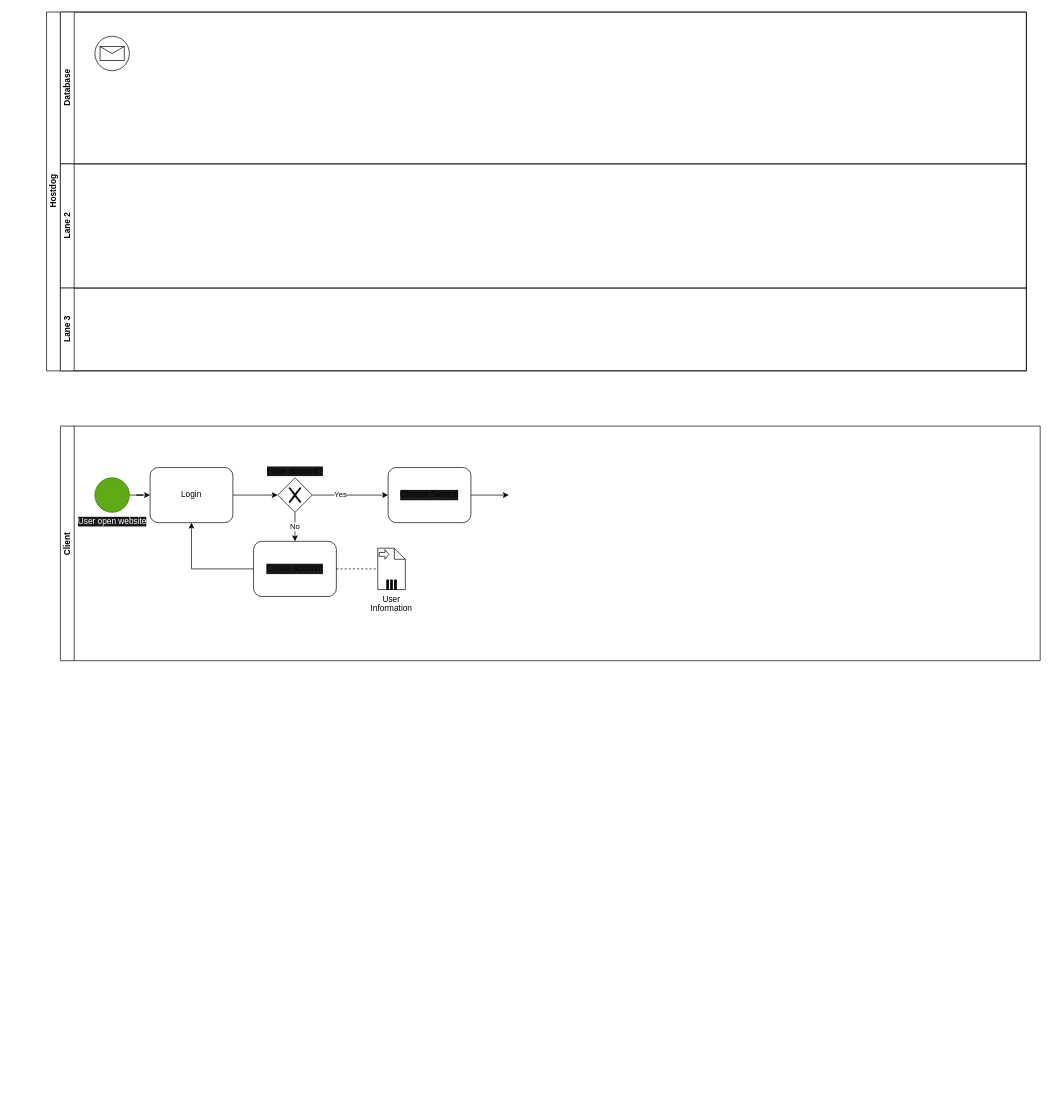
Earlier version of the draw.io diagram BPMN2-4.drawio (Hostdogs/Project_Hostdog). Source tidied: cells renumbered, new cells numbered last; positions are measured from the earlier drawing's top-left corner, leaving out a move shared by most shapes. Both pictures are drawn from the tidied source at 69%, with x=0, y=0 at pixel (46, 12).
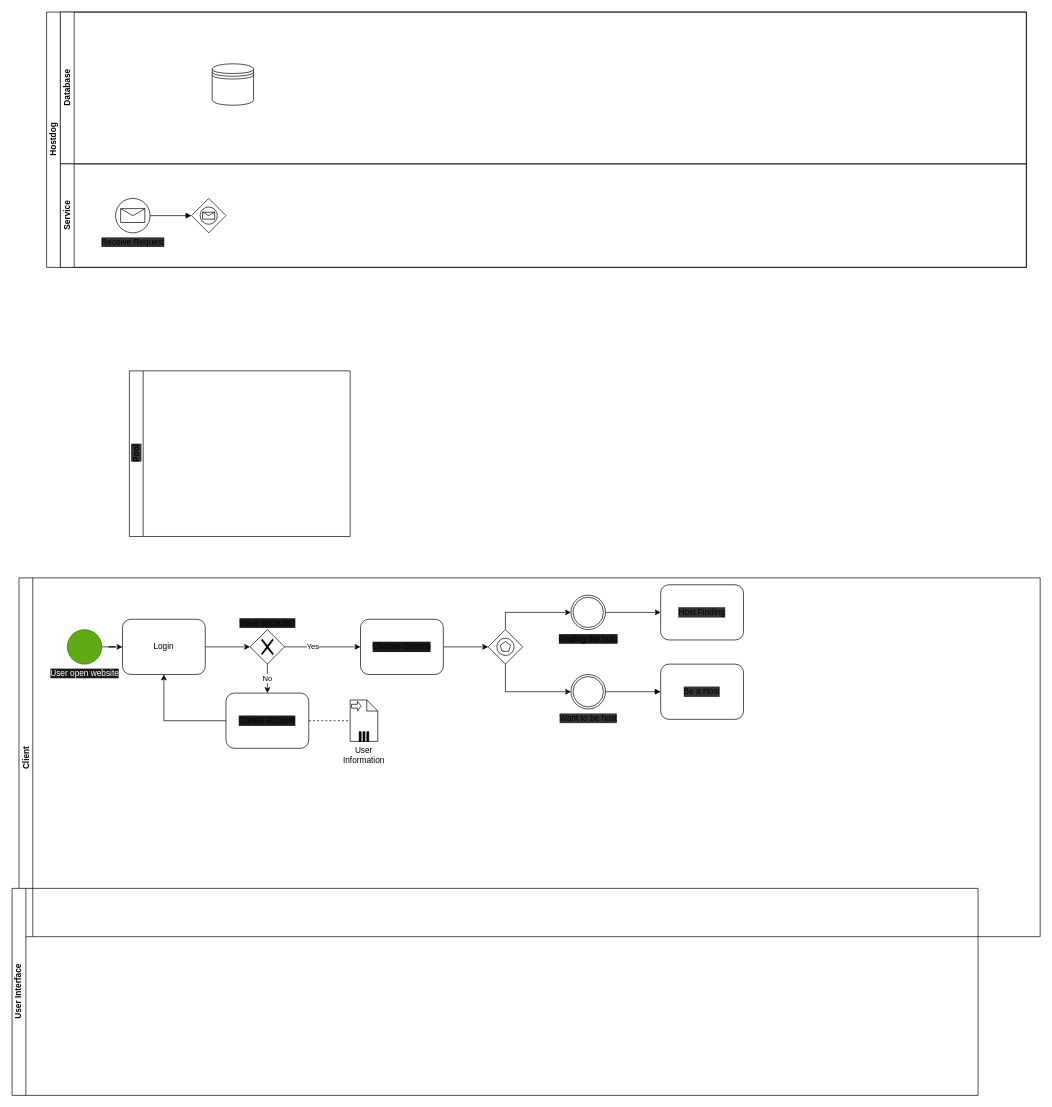
Above is the later version.

Unchanged cells that the change refers to:
```xml
<mxCell id="3" value="Database" style="swimlane;html=1;startSize=20;horizontal=0;" parent="2" vertex="1">
  <mxGeometry x="20" width="1400" height="220" as="geometry" />
</mxCell>
```

The edit, as a diff of the source:
```diff
@@
     <mxCell id="2" value="Hostdog" style="swimlane;html=1;horizontal=0;startSize=20;" parent="1" vertex="1">
-      <mxGeometry width="1420" height="520" as="geometry" />
+      <mxGeometry width="1420" height="370" as="geometry" />
     </mxCell>
@@
+    <mxCell id="24" style="shape=datastore;whiteSpace=wrap;html=1;labelBackgroundColor=#1A1A1A;" parent="3" vertex="1">
+      <mxGeometry x="220" y="75" width="60" height="60" as="geometry" />
+    </mxCell>
+    <mxCell id="5" value="Service" style="swimlane;html=1;startSize=20;horizontal=0;" parent="2" vertex="1">
+      <mxGeometry x="20" y="220" width="1400" height="150" as="geometry" />
+    </mxCell>
-    <mxCell id="4" style="shape=mxgraph.bpmn.shape;html=1;verticalLabelPosition=bottom;labelBackgroundColor=#ffffff;verticalAlign=top;align=center;perimeter=ellipsePerimeter;outlineConnect=0;outline=standard;symbol=message;" parent="3" vertex="1">
-      <mxGeometry x="50" y="35" width="50" height="50" as="geometry" />
+    <mxCell id="4" value="Receive Request" style="shape=mxgraph.bpmn.shape;html=1;verticalLabelPosition=bottom;labelBackgroundColor=#333333;verticalAlign=top;align=center;perimeter=ellipsePerimeter;outlineConnect=0;outline=standard;symbol=message;" parent="5" vertex="1">
+      <mxGeometry x="80" y="50" width="50" height="50" as="geometry" />
     </mxCell>
-    <mxCell id="5" value="Lane 2" style="swimlane;html=1;startSize=20;horizontal=0;" parent="2" vertex="1">
-      <mxGeometry x="20" y="220" width="1400" height="180" as="geometry" />
-    </mxCell>
-    <mxCell id="6" value="Lane 3" style="swimlane;html=1;startSize=20;horizontal=0;" parent="2" vertex="1">
-      <mxGeometry x="20" y="400" width="1400" height="120" as="geometry" />
-    </mxCell>
+    <mxCell id="25" style="shape=mxgraph.bpmn.shape;html=1;verticalLabelPosition=bottom;labelBackgroundColor=#ffffff;verticalAlign=top;align=center;perimeter=rhombusPerimeter;background=gateway;outlineConnect=0;outline=standard;symbol=message;" parent="5" vertex="1">
+      <mxGeometry x="190" y="50" width="50" height="50" as="geometry" />
+    </mxCell>
+    <mxCell id="26" style="endArrow=block;endFill=1;endSize=6;html=1;exitX=1;exitY=0.5;exitDx=0;exitDy=0;entryX=0;entryY=0.5;entryDx=0;entryDy=0;" parent="5" edge="1" source="4" target="25">
+      <mxGeometry relative="1" as="geometry" />
+    </mxCell>
     <mxCell id="7" value="Client" style="swimlane;startSize=20;horizontal=0;labelPosition=center;verticalLabelPosition=middle;align=center;verticalAlign=middle;" parent="1" vertex="1">
-      <mxGeometry x="20" y="600" width="1420" height="340" as="geometry" />
+      <mxGeometry x="-40" y="820" width="1480" height="520" as="geometry" />
     </mxCell>
@@
     <mxCell id="9" value="User open website" style="shape=mxgraph.bpmn.shape;html=1;verticalLabelPosition=bottom;labelBackgroundColor=#1A1A1A;verticalAlign=top;align=center;perimeter=ellipsePerimeter;outlineConnect=0;outline=standard;symbol=general;fillColor=#60a917;strokeColor=#2D7600;fontColor=#ffffff;" parent="7" vertex="1">
-      <mxGeometry x="50" y="75" width="50" height="50" as="geometry" />
+      <mxGeometry x="70" y="75" width="50" height="50" as="geometry" />
     </mxCell>
     <mxCell id="10" value="&lt;span style=&quot;background-color: rgb(26 , 26 , 26)&quot;&gt;Have account?&lt;/span&gt;" style="shape=mxgraph.bpmn.shape;html=1;verticalLabelPosition=top;labelBackgroundColor=#ffffff;verticalAlign=bottom;align=center;perimeter=rhombusPerimeter;background=gateway;outlineConnect=0;outline=none;symbol=exclusiveGw;labelPosition=center;" parent="7" vertex="1">
-      <mxGeometry x="315" y="75" width="50" height="50" as="geometry" />
+      <mxGeometry x="335" y="75" width="50" height="50" as="geometry" />
     </mxCell>
@@
     <mxCell id="12" value="Create account" style="shape=ext;rounded=1;html=1;whiteSpace=wrap;labelBackgroundColor=#1A1A1A;" parent="7" vertex="1">
-      <mxGeometry x="280" y="167" width="120" height="80" as="geometry" />
+      <mxGeometry x="300" y="167" width="120" height="80" as="geometry" />
     </mxCell>
-    <mxCell id="13" style="edgeStyle=orthogonalEdgeStyle;rounded=0;jettySize=auto;html=1;entryX=0;entryY=0.5;entryDx=0;entryDy=0;" parent="7" edge="1" source="14">
-      <mxGeometry relative="1" as="geometry">
-        <mxPoint x="650" y="100" as="targetPoint" />
-      </mxGeometry>
+    <mxCell id="13" style="edgeStyle=orthogonalEdgeStyle;rounded=0;jettySize=auto;html=1;entryX=0;entryY=0.5;entryDx=0;entryDy=0;" parent="7" edge="1" source="14" target="28">
+      <mxGeometry relative="1" as="geometry" />
     </mxCell>
     <mxCell id="14" value="Choose Service" style="shape=ext;rounded=1;html=1;whiteSpace=wrap;labelBackgroundColor=#1A1A1A;" parent="7" vertex="1">
-      <mxGeometry x="475" y="60" width="120" height="80" as="geometry" />
+      <mxGeometry x="495" y="60" width="120" height="80" as="geometry" />
     </mxCell>
@@
     <mxCell id="19" value="Login" style="shape=ext;rounded=1;html=1;whiteSpace=wrap;" parent="7" vertex="1">
-      <mxGeometry x="130" y="60" width="120" height="80" as="geometry" />
+      <mxGeometry x="150" y="60" width="120" height="80" as="geometry" />
     </mxCell>
     <mxCell id="20" value="User Information" style="shape=note;whiteSpace=wrap;size=16;html=1;labelPosition=center;verticalLabelPosition=bottom;align=center;verticalAlign=top;" parent="7" vertex="1">
-      <mxGeometry x="460" y="177" width="40" height="60" as="geometry" />
+      <mxGeometry x="480" y="177" width="40" height="60" as="geometry" />
     </mxCell>
@@
+    <mxCell id="27" style="edgeStyle=orthogonalEdgeStyle;rounded=0;jettySize=auto;html=1;entryX=0;entryY=0.5;entryDx=0;entryDy=0;" parent="7" edge="1" source="28" target="31">
+      <mxGeometry relative="1" as="geometry">
+        <Array as="points">
+          <mxPoint x="705" y="165" />
+        </Array>
+      </mxGeometry>
+    </mxCell>
+    <mxCell id="28" style="shape=mxgraph.bpmn.shape;html=1;verticalLabelPosition=bottom;labelBackgroundColor=#ffffff;verticalAlign=top;align=center;perimeter=rhombusPerimeter;background=gateway;outlineConnect=0;outline=standard;symbol=multiple;" parent="7" vertex="1">
+      <mxGeometry x="680" y="75" width="50" height="50" as="geometry" />
+    </mxCell>
+    <mxCell id="29" style="edgeStyle=orthogonalEdgeStyle;rounded=0;jettySize=auto;html=1;exitX=1;exitY=0.5;exitDx=0;exitDy=0;entryX=0;entryY=0.5;entryDx=0;entryDy=0;" parent="7" edge="1" source="30" target="33">
+      <mxGeometry relative="1" as="geometry" />
+    </mxCell>
+    <mxCell id="30" value="&lt;span style=&quot;background-color: rgb(26 , 26 , 26)&quot;&gt;Finding the host&lt;/span&gt;" style="shape=mxgraph.bpmn.shape;html=1;verticalLabelPosition=bottom;labelBackgroundColor=#ffffff;verticalAlign=top;align=center;perimeter=ellipsePerimeter;outlineConnect=0;outline=throwing;symbol=general;" parent="7" vertex="1">
+      <mxGeometry x="800" y="25" width="50" height="50" as="geometry" />
+    </mxCell>
+    <mxCell id="31" value="&lt;span style=&quot;background-color: rgb(51 , 51 , 51)&quot;&gt;Want to be host&lt;/span&gt;" style="shape=mxgraph.bpmn.shape;html=1;verticalLabelPosition=bottom;labelBackgroundColor=#ffffff;verticalAlign=top;align=center;perimeter=ellipsePerimeter;outlineConnect=0;outline=throwing;symbol=general;" parent="7" vertex="1">
+      <mxGeometry x="800" y="140" width="50" height="50" as="geometry" />
+    </mxCell>
+    <mxCell id="32" style="edgeStyle=orthogonalEdgeStyle;rounded=0;jettySize=auto;html=1;exitX=0.5;exitY=0;exitDx=0;exitDy=0;entryX=0;entryY=0.5;entryDx=0;entryDy=0;" parent="7" edge="1" source="28" target="30">
+      <mxGeometry relative="1" as="geometry" />
+    </mxCell>
+    <mxCell id="33" value="Host Finding" style="shape=ext;rounded=1;html=1;whiteSpace=wrap;labelBackgroundColor=#333333;" parent="7" vertex="1">
+      <mxGeometry x="930" y="10" width="120" height="80" as="geometry" />
+    </mxCell>
+    <mxCell id="34" value="Be a Host" style="shape=ext;rounded=1;html=1;whiteSpace=wrap;labelBackgroundColor=#333333;" parent="7" vertex="1">
+      <mxGeometry x="930" y="125" width="120" height="80" as="geometry" />
+    </mxCell>
+    <mxCell id="35" style="edgeStyle=none;jettySize=auto;html=1;endArrow=block;endFill=1;endSize=6;entryX=0;entryY=0.5;entryDx=0;entryDy=0;" parent="7" edge="1" source="31" target="34">
+      <mxGeometry relative="1" as="geometry" />
+    </mxCell>
+    <mxCell id="6" value="User Interface" style="swimlane;html=1;startSize=20;horizontal=0;" parent="1" vertex="1">
+      <mxGeometry x="-50" y="1270" width="1400" height="300" as="geometry" />
+    </mxCell>
+    <mxCell id="36" value="Pool" style="swimlane;html=1;horizontal=0;startSize=20;labelBackgroundColor=#333333;" parent="1" vertex="1">
+      <mxGeometry x="120" y="520" width="320" height="240" as="geometry" />
+    </mxCell>
```
